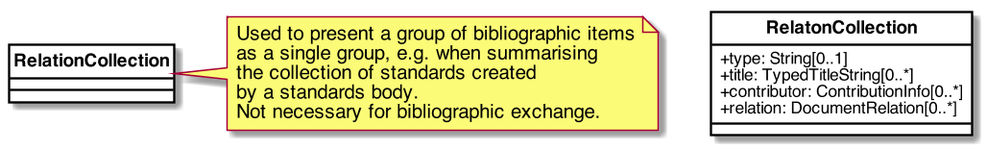
Above: images/RelBib_Collection.png in relaton/relaton-models (PlantUML), before the change.
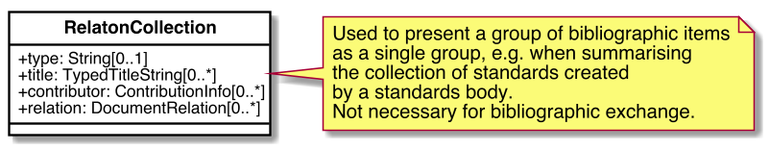
The same file after the commit.

What changed in the source:
```diff
@@ -48,7 +48,7 @@
     +relation: DocumentRelation[0..*]
 }
 
-note right of RelationCollection: Used to present a group of bibliographic items\nas a single group, e.g. when summarising\nthe collection of standards created\nby a standards body.\nNot necessary for bibliographic exchange.
+note right of RelatonCollection: Used to present a group of bibliographic items\nas a single group, e.g. when summarising\nthe collection of standards created\nby a standards body.\nNot necessary for bibliographic exchange.
 
 
 
```
